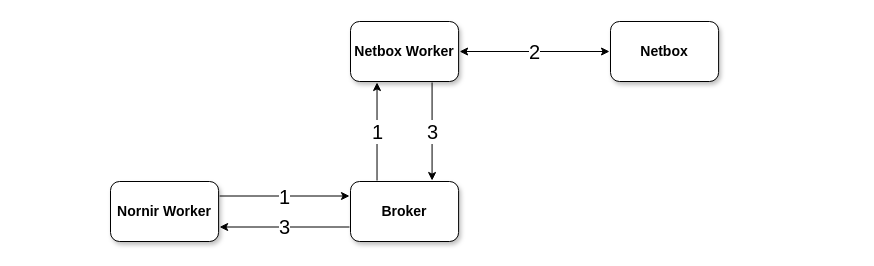
Above: page "Netbox get nornir inventory" (13 of 14) of images/ArcOverview.drawio in dmulyalin/NORFAB (draw.io), before the change. Source tidied: cells renumbered, new cells numbered last; positions are measured from the earlier drawing's top-left corner, leaving out a move shared by most shapes. Both pictures are drawn from the tidied source at 100%, with x=0, y=0 at pixel (110, 21).
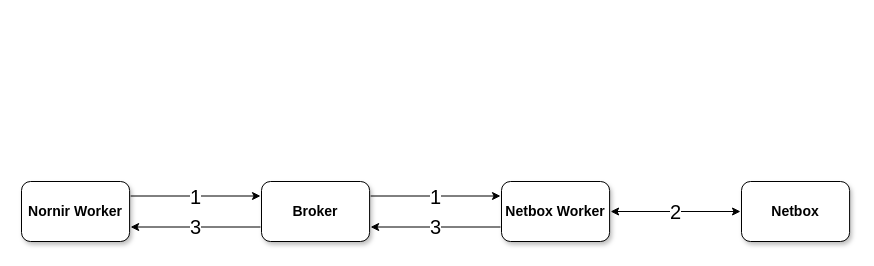
The same page after the edit.

Diff of the diagram source:
```diff
@@
 <mxGraphModel>
   <root>
     <mxCell id="0" />
     <mxCell id="1" parent="0" />
-    <mxCell id="2" value="1" style="edgeStyle=orthogonalEdgeStyle;rounded=0;jettySize=auto;html=1;exitX=0.25;exitY=0;exitDx=0;exitDy=0;entryX=0.25;entryY=1;entryDx=0;entryDy=0;fontSize=20;" parent="1" edge="1" source="4" target="8">
+    <mxCell id="2" value="1" style="edgeStyle=orthogonalEdgeStyle;rounded=0;jettySize=auto;html=1;exitX=1;exitY=0.25;exitDx=0;exitDy=0;entryX=0;entryY=0.25;entryDx=0;entryDy=0;fontSize=20;" parent="1" edge="1" source="4" target="8">
       <mxGeometry relative="1" as="geometry" />
     </mxCell>
-    <mxCell id="3" value="3" style="edgeStyle=orthogonalEdgeStyle;rounded=0;jettySize=auto;html=1;exitX=0.75;exitY=0;exitDx=0;exitDy=0;entryX=0.75;entryY=1;entryDx=0;entryDy=0;fontSize=20;endArrow=none;endFill=0;startArrow=classic;startFill=1;" parent="1" edge="1" source="4" target="8">
+    <mxCell id="3" value="3" style="edgeStyle=orthogonalEdgeStyle;rounded=0;jettySize=auto;html=1;exitX=1;exitY=0.75;exitDx=0;exitDy=0;entryX=0;entryY=0.75;entryDx=0;entryDy=0;fontSize=20;endArrow=none;endFill=0;startArrow=classic;startFill=1;" parent="1" edge="1" source="4" target="8">
       <mxGeometry relative="1" as="geometry" />
     </mxCell>
     <mxCell id="4" value="Broker" style="rounded=1;whiteSpace=wrap;html=1;glass=0;shadow=1;perimeterSpacing=1;fontStyle=1;fontSize=14;" parent="1" vertex="1">
-      <mxGeometry x="240" y="160" width="108.1" height="60" as="geometry" />
+      <mxGeometry x="151" y="160" width="108.1" height="60" as="geometry" />
     </mxCell>
     <mxCell id="5" value="1" style="edgeStyle=orthogonalEdgeStyle;rounded=0;jettySize=auto;html=1;exitX=1;exitY=0.25;exitDx=0;exitDy=0;entryX=0;entryY=0.25;entryDx=0;entryDy=0;fontSize=20;" parent="1" edge="1" source="6" target="4">
       <mxGeometry relative="1" as="geometry" />
     </mxCell>
     <mxCell id="6" value="Nornir Worker" style="rounded=1;whiteSpace=wrap;html=1;glass=0;shadow=1;perimeterSpacing=1;fontStyle=1;fontSize=14;" parent="1" vertex="1">
-      <mxGeometry y="160" width="108.1" height="60" as="geometry" />
+      <mxGeometry x="-89" y="160" width="108.1" height="60" as="geometry" />
     </mxCell>
     <mxCell id="7" value="2" style="edgeStyle=orthogonalEdgeStyle;rounded=0;jettySize=auto;html=1;exitX=1;exitY=0.5;exitDx=0;exitDy=0;entryX=0;entryY=0.5;entryDx=0;entryDy=0;fontSize=20;startArrow=classic;startFill=1;" parent="1" edge="1" source="8" target="9">
       <mxGeometry relative="1" as="geometry" />
     </mxCell>
     <mxCell id="8" value="Netbox Worker" style="rounded=1;whiteSpace=wrap;html=1;glass=0;shadow=1;perimeterSpacing=1;fontStyle=1;fontSize=14;" parent="1" vertex="1">
-      <mxGeometry x="240" width="108.1" height="60" as="geometry" />
+      <mxGeometry x="391" y="160" width="108.1" height="60" as="geometry" />
     </mxCell>
     <mxCell id="9" value="Netbox" style="rounded=1;whiteSpace=wrap;html=1;glass=0;shadow=1;perimeterSpacing=1;fontStyle=1;fontSize=14;" parent="1" vertex="1">
-      <mxGeometry x="500" width="108.1" height="60" as="geometry" />
+      <mxGeometry x="631" y="160" width="108.1" height="60" as="geometry" />
     </mxCell>
     <mxCell id="10" value="3" style="edgeStyle=orthogonalEdgeStyle;rounded=0;jettySize=auto;html=1;exitX=1;exitY=0.75;exitDx=0;exitDy=0;entryX=0;entryY=0.75;entryDx=0;entryDy=0;fontSize=20;endArrow=none;endFill=0;startArrow=classic;startFill=1;" parent="1" edge="1" source="6" target="4">
       <mxGeometry relative="1" as="geometry" />
     </mxCell>
   </root>
 </mxGraphModel>
```
